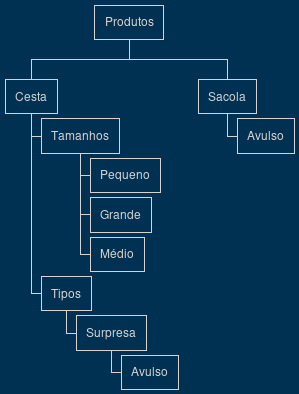
Above: assets/eap.png in Projeto-PeriFeira/PeriFeira (PlantUML), before the change.
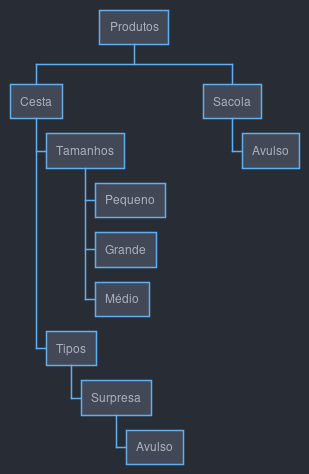
After the commit.

What changed in the source:
```diff
@@ -1,5 +1,5 @@
 @startwbs
-!theme blueprint
+!include https://raw.githubusercontent.com/patrik-csak/one-dark-plantuml-theme/v1.0.1/theme.puml
 + Produtos
 	+ Cesta
 		+ Tamanhos
```
